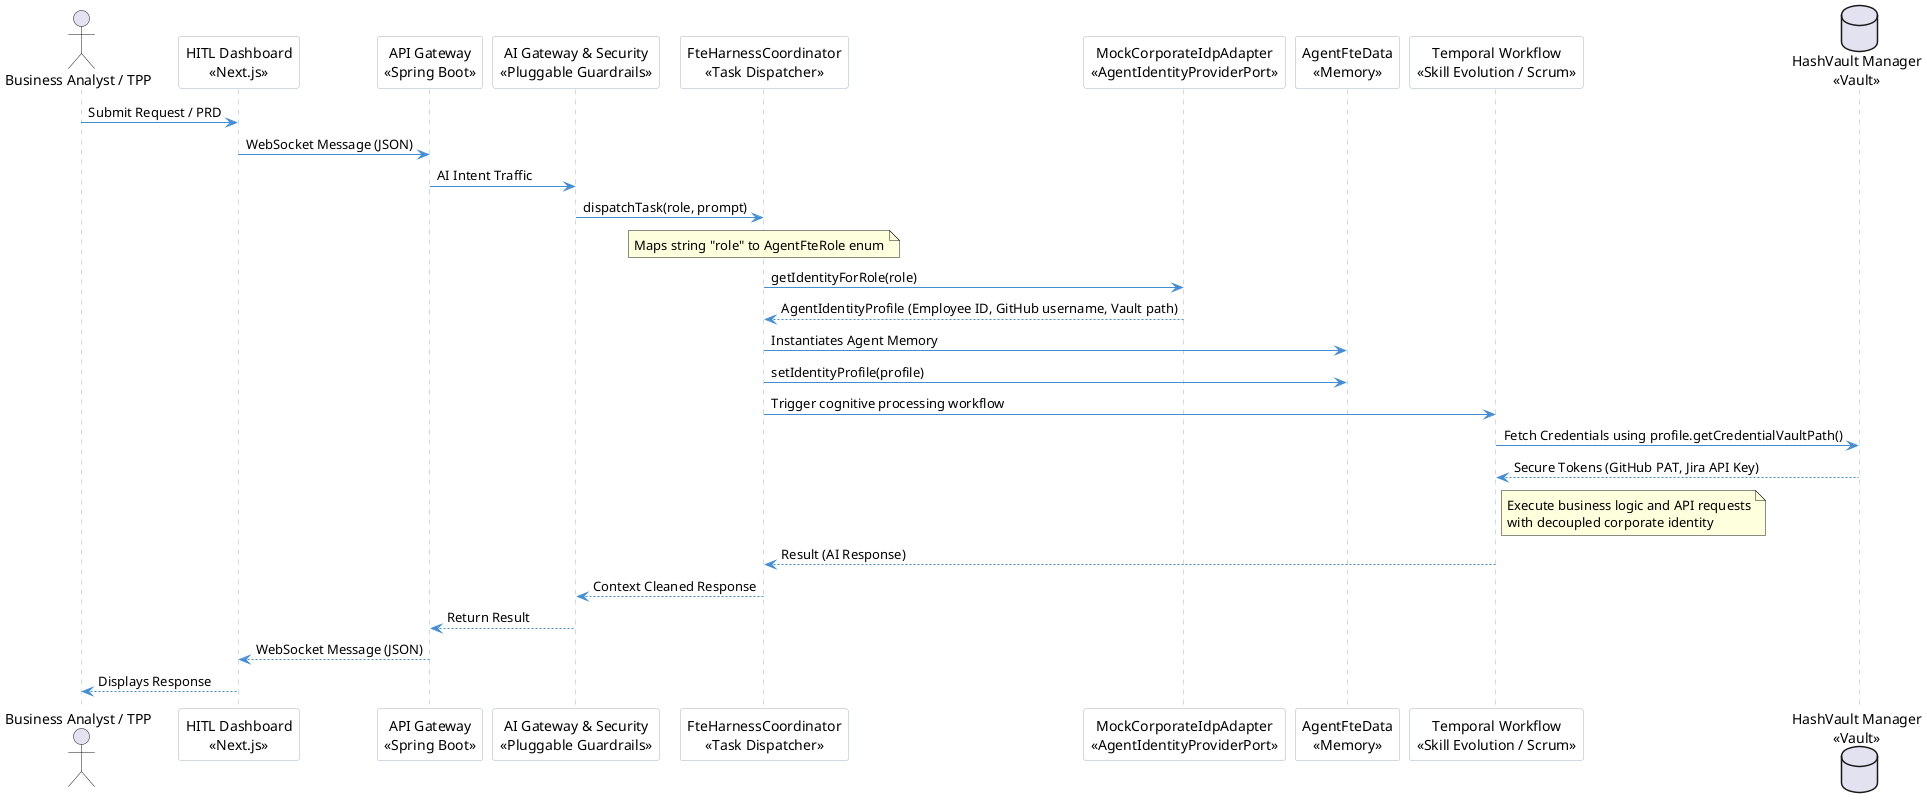
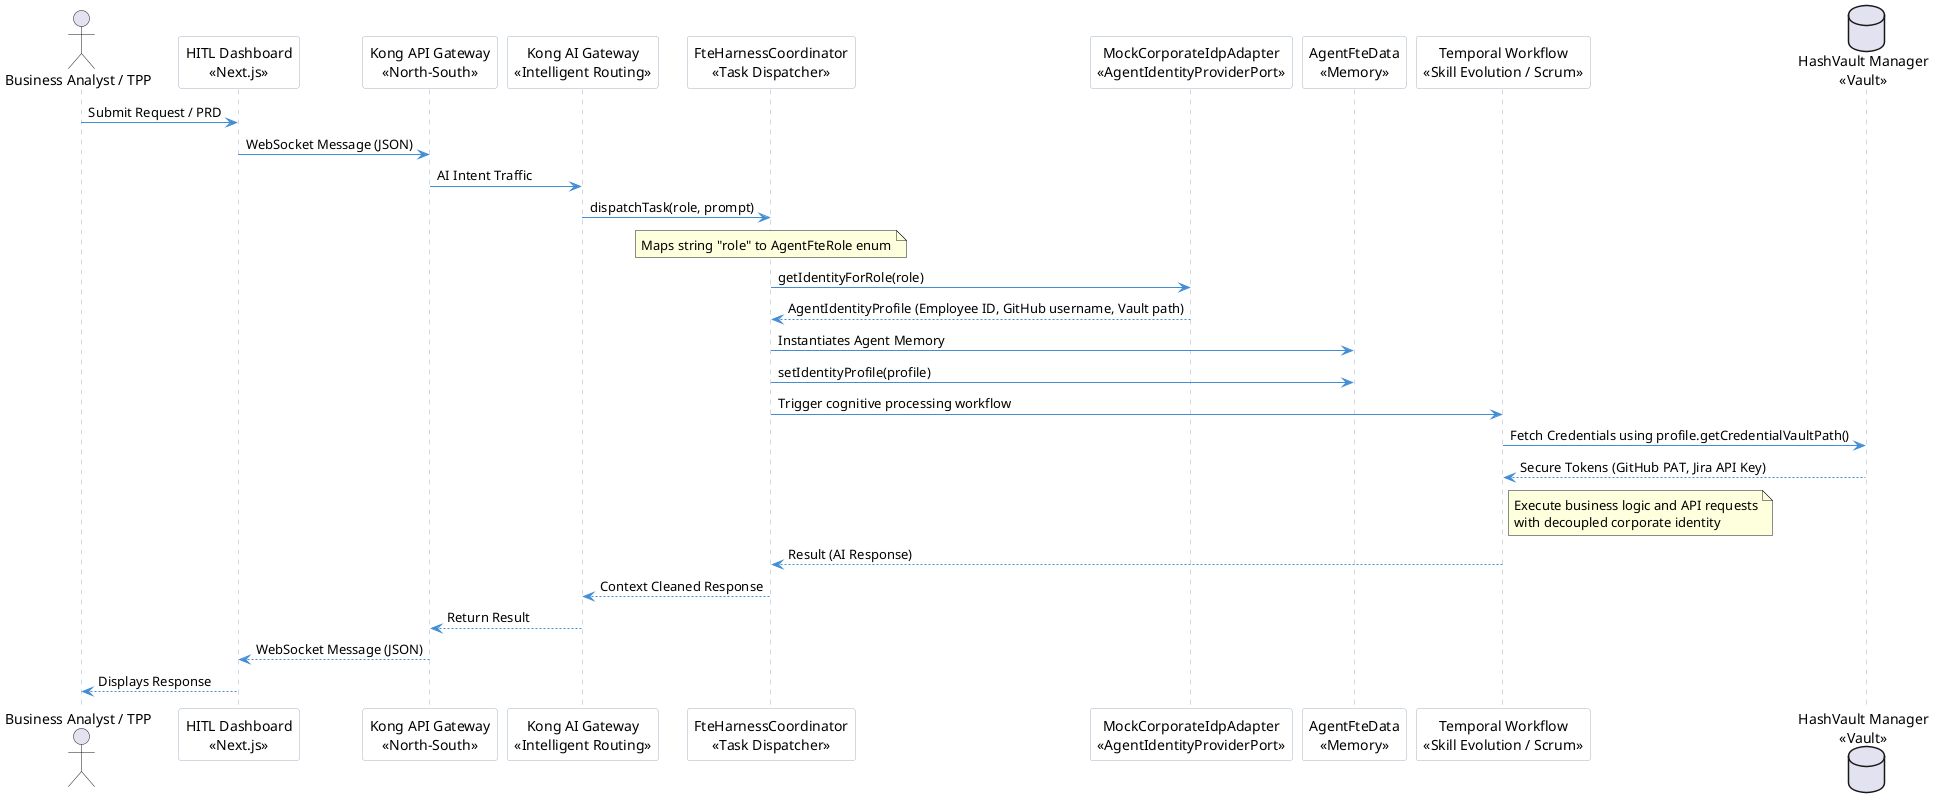
@startuml Agent_Identity_Sequence
skinparam sequence {
    ArrowColor #438dd5
    LifeLineBorderColor #a2b4c6
    LifeLineBackgroundColor #f4f6f8
    ParticipantBorderColor #a2b4c6
    ParticipantBackgroundColor #ffffff
}

actor "Business Analyst / TPP" as User
participant "HITL Dashboard\n<<Next.js>>" as UI
- participant "API Gateway\n<<Spring Boot>>" as WS
- participant "AI Gateway & Security\n<<Pluggable Guardrails>>" as AIGW
+ participant "Kong API Gateway\n<<North-South>>" as WS
+ participant "Kong AI Gateway\n<<Intelligent Routing>>" as AIGW
participant "FteHarnessCoordinator\n<<Task Dispatcher>>" as Harness
participant "MockCorporateIdpAdapter\n<<AgentIdentityProviderPort>>" as IDP
participant "AgentFteData\n<<Memory>>" as AgentData
participant "Temporal Workflow\n<<Skill Evolution / Scrum>>" as Temporal
database "HashVault Manager\n<<Vault>>" as Vault

User -> UI : Submit Request / PRD
UI -> WS : WebSocket Message (JSON)
WS -> AIGW : AI Intent Traffic
AIGW -> Harness : dispatchTask(role, prompt)

note over Harness: Maps string "role" to AgentFteRole enum

Harness -> IDP : getIdentityForRole(role)
IDP --> Harness : AgentIdentityProfile (Employee ID, GitHub username, Vault path)

Harness -> AgentData : Instantiates Agent Memory
Harness -> AgentData : setIdentityProfile(profile)

Harness -> Temporal : Trigger cognitive processing workflow
Temporal -> Vault : Fetch Credentials using profile.getCredentialVaultPath()
Vault --> Temporal : Secure Tokens (GitHub PAT, Jira API Key)

note right of Temporal: Execute business logic and API requests\nwith decoupled corporate identity

Temporal --> Harness : Result (AI Response)
Harness --> AIGW : Context Cleaned Response
AIGW --> WS : Return Result
WS --> UI : WebSocket Message (JSON)
UI --> User : Displays Response
@enduml
